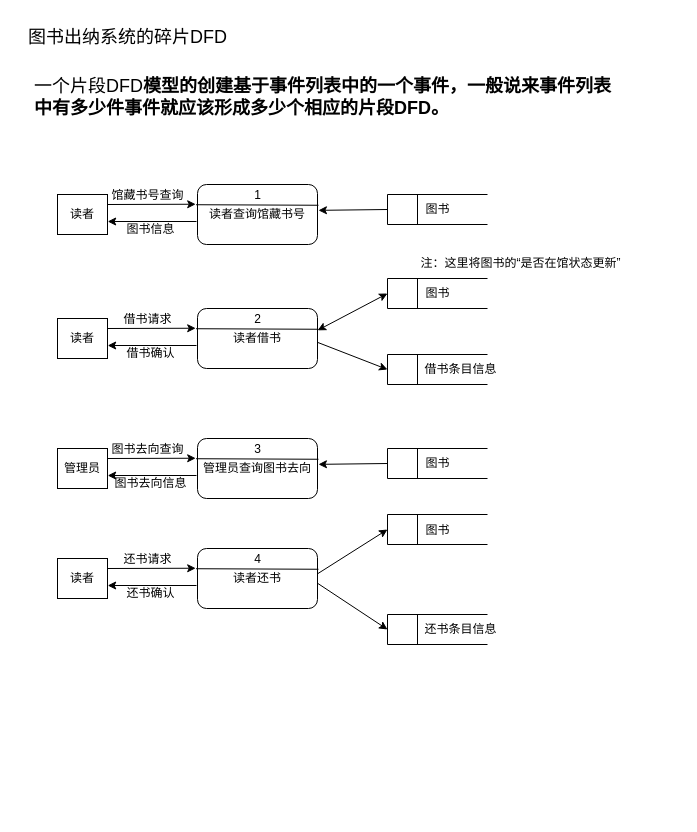
nju123/R keeps this draw.io diagram as Untitled Diagram.drawio. Above is the earlier version. Source tidied: cells renumbered, new cells numbered last; positions are measured from the earlier drawing's top-left corner, leaving out a move shared by most shapes. Both pictures are drawn from the tidied source at 100%, with x=0, y=0 at pixel (17, 17).
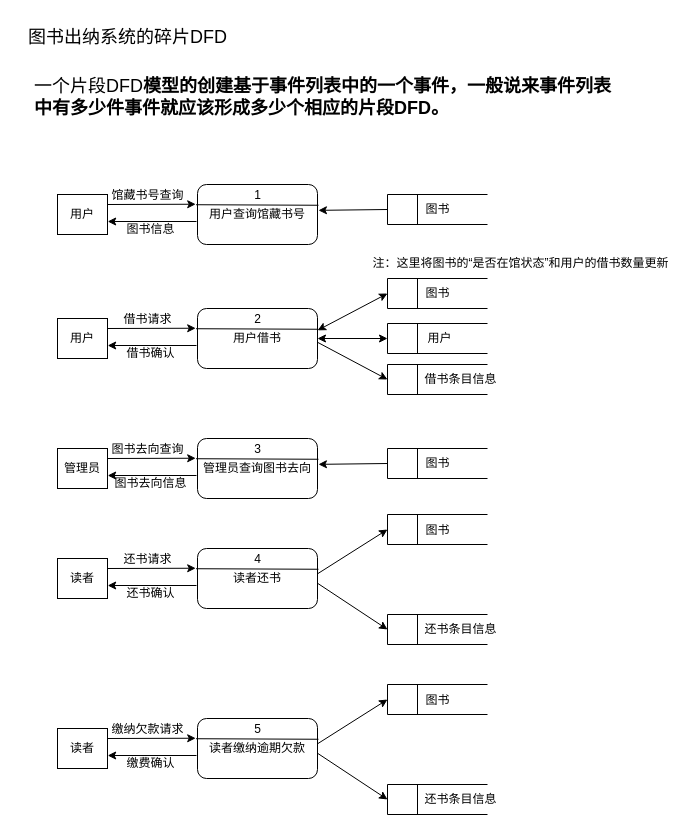
After the change.

The edit, as a diff of the source:
```diff
@@
-    <mxCell id="4" value="读者查询馆藏书号" style="rounded=1;whiteSpace=wrap;html=1;" parent="1" vertex="1">
+    <mxCell id="4" value="用户查询馆藏书号" style="rounded=1;whiteSpace=wrap;html=1;" parent="1" vertex="1">
       <mxGeometry x="180" y="167" width="120" height="60" as="geometry" />
     </mxCell>
@@
-    <mxCell id="7" value="读者" style="html=1;dashed=0;whiteSpace=wrap;" parent="1" vertex="1">
+    <mxCell id="7" value="用户" style="html=1;dashed=0;whiteSpace=wrap;" parent="1" vertex="1">
       <mxGeometry x="40" y="177" width="50" height="40" as="geometry" />
     </mxCell>
@@
-    <mxCell id="15" value="读者借书" style="rounded=1;whiteSpace=wrap;html=1;" parent="1" vertex="1">
+    <mxCell id="15" value="用户借书" style="rounded=1;whiteSpace=wrap;html=1;" parent="1" vertex="1">
       <mxGeometry x="180" y="291" width="120" height="60" as="geometry" />
     </mxCell>
@@
-    <mxCell id="18" value="读者" style="html=1;dashed=0;whiteSpace=wrap;" parent="1" vertex="1">
+    <mxCell id="18" value="用户" style="html=1;dashed=0;whiteSpace=wrap;" parent="1" vertex="1">
       <mxGeometry x="40" y="301" width="50" height="40" as="geometry" />
     </mxCell>
@@
     <mxCell id="25" style="html=1;dashed=0;whiteSpace=wrap;shape=mxgraph.dfd.dataStoreID;align=left;spacingLeft=3;points=[[0,0],[0.5,0],[1,0],[0,0.5],[1,0.5],[0,1],[0.5,1],[1,1]];" parent="1" vertex="1">
-      <mxGeometry x="370" y="337" width="100" height="30" as="geometry" />
+      <mxGeometry x="370" y="347" width="100" height="30" as="geometry" />
     </mxCell>
     <mxCell id="26" value="借书条目信息" style="text;html=1;align=center;verticalAlign=middle;strokeColor=none;fillColor=none;" parent="1" vertex="1">
-      <mxGeometry x="393" y="337" width="100" height="30" as="geometry" />
+      <mxGeometry x="393" y="347" width="100" height="30" as="geometry" />
     </mxCell>
@@
-    <mxCell id="40" value="注：这里将图书的“是否在馆状态更新”" style="text;html=1;align=center;verticalAlign=middle;strokeColor=none;fillColor=none;" parent="1" vertex="1">
-      <mxGeometry x="393" y="231" width="220" height="30" as="geometry" />
+    <mxCell id="40" value="注：这里将图书的“是否在馆状态”和用户的借书数量更新" style="text;html=1;align=center;verticalAlign=middle;strokeColor=none;fillColor=none;" parent="1" vertex="1">
+      <mxGeometry x="343" y="231" width="320" height="30" as="geometry" />
     </mxCell>
@@
+    <mxCell id="55" value="读者缴纳逾期欠款" style="rounded=1;whiteSpace=wrap;html=1;" parent="1" vertex="1">
+      <mxGeometry x="180" y="701" width="120" height="60" as="geometry" />
+    </mxCell>
+    <mxCell id="56" style="endArrow=none;html=1;rounded=0;exitX=-0.012;exitY=0.337;exitDx=0;exitDy=0;exitPerimeter=0;entryX=1.008;entryY=0.346;entryDx=0;entryDy=0;entryPerimeter=0;" parent="1" edge="1" source="55" target="55">
+      <mxGeometry relative="1" as="geometry" />
+    </mxCell>
+    <mxCell id="57" value="5" style="text;html=1;align=center;verticalAlign=middle;strokeColor=none;fillColor=none;" parent="1" vertex="1">
+      <mxGeometry x="225" y="697" width="30" height="30" as="geometry" />
+    </mxCell>
+    <mxCell id="58" value="读者" style="html=1;dashed=0;whiteSpace=wrap;" parent="1" vertex="1">
+      <mxGeometry x="40" y="711" width="50" height="40" as="geometry" />
+    </mxCell>
+    <mxCell id="59" style="endArrow=classic;html=1;rounded=0;exitX=1;exitY=0.25;exitDx=0;exitDy=0;entryX=-0.015;entryY=0.329;entryDx=0;entryDy=0;entryPerimeter=0;" parent="1" edge="1" source="58" target="55">
+      <mxGeometry relative="1" as="geometry" />
+    </mxCell>
+    <mxCell id="60" value="缴纳欠款请求" style="text;html=1;align=center;verticalAlign=middle;strokeColor=none;fillColor=none;" parent="1" vertex="1">
+      <mxGeometry x="80" y="697" width="100" height="30" as="geometry" />
+    </mxCell>
+    <mxCell id="61" style="endArrow=classic;html=1;rounded=0;entryX=1.005;entryY=0.625;entryDx=0;entryDy=0;entryPerimeter=0;" parent="1" edge="1">
+      <mxGeometry relative="1" as="geometry">
+        <mxPoint x="179" y="738" as="sourcePoint" />
+        <mxPoint x="90.2" y="738" as="targetPoint" />
+      </mxGeometry>
+    </mxCell>
+    <mxCell id="62" value="缴费确认" style="text;html=1;align=center;verticalAlign=middle;strokeColor=none;fillColor=none;" parent="1" vertex="1">
+      <mxGeometry x="98" y="731" width="70" height="30" as="geometry" />
+    </mxCell>
+    <mxCell id="63" style="html=1;dashed=0;whiteSpace=wrap;shape=mxgraph.dfd.dataStoreID;align=left;spacingLeft=3;points=[[0,0],[0.5,0],[1,0],[0,0.5],[1,0.5],[0,1],[0.5,1],[1,1]];" parent="1" vertex="1">
+      <mxGeometry x="370" y="667" width="100" height="30" as="geometry" />
+    </mxCell>
+    <mxCell id="64" value="图书" style="text;html=1;align=center;verticalAlign=middle;strokeColor=none;fillColor=none;" parent="1" vertex="1">
+      <mxGeometry x="395" y="668" width="50" height="30" as="geometry" />
+    </mxCell>
+    <mxCell id="65" style="endArrow=classic;html=1;rounded=0;entryX=0;entryY=0.5;entryDx=0;entryDy=0;exitX=1.001;exitY=0.421;exitDx=0;exitDy=0;exitPerimeter=0;" parent="1" edge="1" source="55" target="63">
+      <mxGeometry relative="1" as="geometry" />
+    </mxCell>
+    <mxCell id="66" style="html=1;dashed=0;whiteSpace=wrap;shape=mxgraph.dfd.dataStoreID;align=left;spacingLeft=3;points=[[0,0],[0.5,0],[1,0],[0,0.5],[1,0.5],[0,1],[0.5,1],[1,1]];" parent="1" vertex="1">
+      <mxGeometry x="370" y="767" width="100" height="30" as="geometry" />
+    </mxCell>
+    <mxCell id="67" style="endArrow=classic;html=1;rounded=0;entryX=0;entryY=0.5;entryDx=0;entryDy=0;exitX=1.001;exitY=0.58;exitDx=0;exitDy=0;exitPerimeter=0;" parent="1" edge="1" source="55" target="66">
+      <mxGeometry relative="1" as="geometry" />
+    </mxCell>
+    <mxCell id="68" value="还书条目信息" style="text;html=1;align=center;verticalAlign=middle;strokeColor=none;fillColor=none;" parent="1" vertex="1">
+      <mxGeometry x="393" y="767" width="100" height="30" as="geometry" />
+    </mxCell>
+    <mxCell id="69" style="html=1;dashed=0;whiteSpace=wrap;shape=mxgraph.dfd.dataStoreID;align=left;spacingLeft=3;points=[[0,0],[0.5,0],[1,0],[0,0.5],[1,0.5],[0,1],[0.5,1],[1,1]];" parent="1" vertex="1">
+      <mxGeometry x="370" y="306" width="100" height="30" as="geometry" />
+    </mxCell>
+    <mxCell id="70" value="用户" style="text;html=1;align=center;verticalAlign=middle;strokeColor=none;fillColor=none;" parent="1" vertex="1">
+      <mxGeometry x="397" y="306" width="50" height="30" as="geometry" />
+    </mxCell>
+    <mxCell id="71" style="endArrow=classic;startArrow=classic;html=1;rounded=0;exitX=1;exitY=0.5;exitDx=0;exitDy=0;entryX=0;entryY=0.5;entryDx=0;entryDy=0;" parent="1" edge="1" source="15" target="69">
+      <mxGeometry relative="1" as="geometry" />
+    </mxCell>
```
